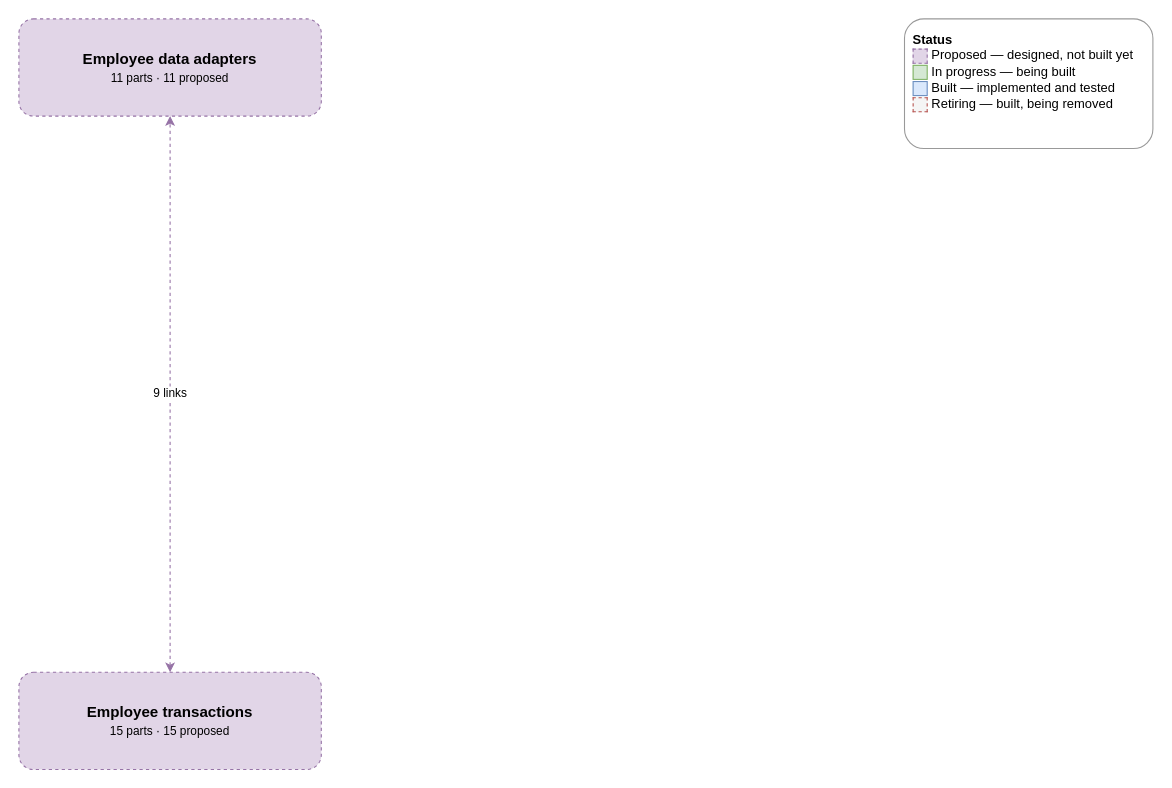
This is page "03 Employee data and actions" (4 of 12) of docs/design/high-level-design.drawio from garyscarter-ibm/vehicle-matcher, a draw.io file, before an edit. Source tidied: cells renumbered, new cells numbered last; positions are measured from the earlier drawing's top-left corner, leaving out a move shared by most shapes. Both pictures are drawn from the tidied source at 108%, with x=0, y=0 at pixel (18, 18).
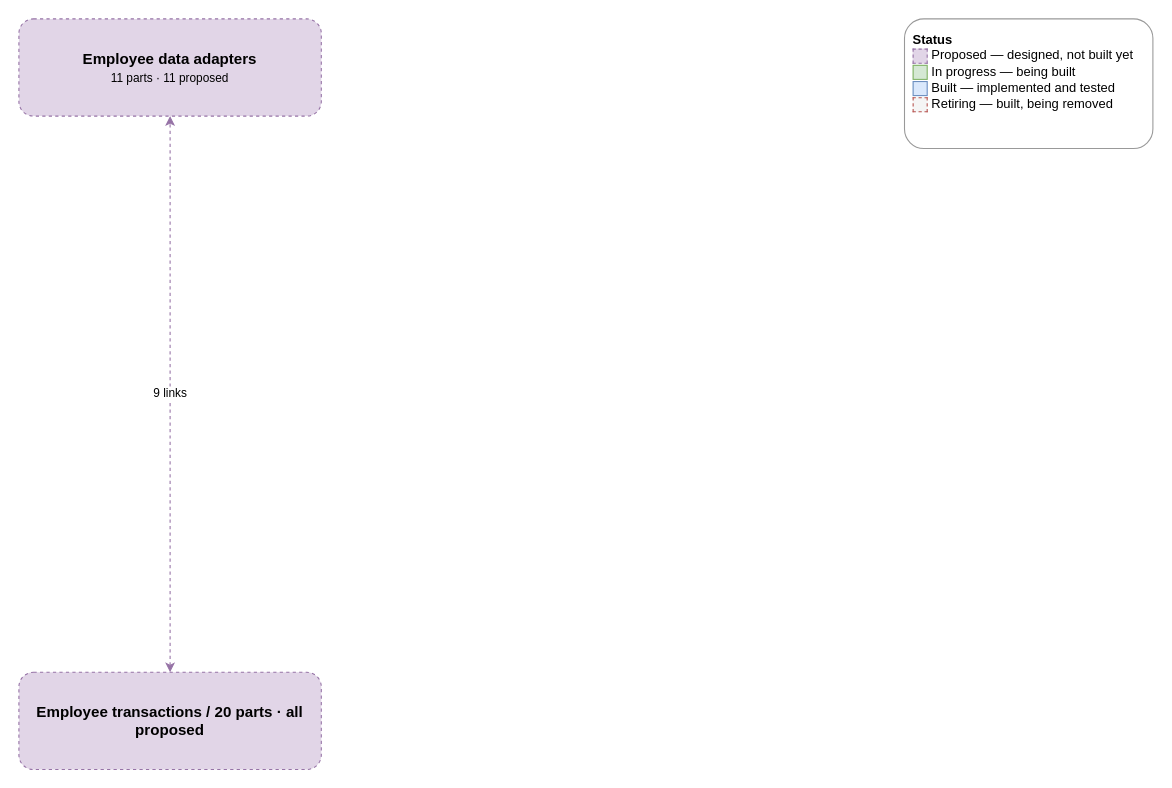
The same page after the edit.

What changed in the source:
```diff
@@
 <mxGraphModel>
   <root>
     <mxCell id="0" />
     <mxCell id="1" parent="0" />
     <mxCell id="2" value="Employee data adapters&lt;br&gt;&lt;span style=&quot;font-weight:normal;font-size:11px&quot;&gt;11 parts · 11 proposed&lt;/span&gt;" style="rounded=1;whiteSpace=wrap;html=1;strokeColor=#9673a6;fillColor=#e1d5e7;fontStyle=1;fontSize=14;dashed=1;" parent="1" vertex="1">
       <mxGeometry width="280" height="90" as="geometry" />
     </mxCell>
-    <mxCell id="3" value="Employee transactions&lt;br&gt;&lt;span style=&quot;font-weight:normal;font-size:11px&quot;&gt;15 parts · 15 proposed&lt;/span&gt;" style="rounded=1;whiteSpace=wrap;html=1;strokeColor=#9673a6;fillColor=#e1d5e7;fontStyle=1;fontSize=14;dashed=1;" parent="1" vertex="1">
+    <mxCell id="3" value="Employee transactions / 20 parts · all proposed" style="rounded=1;whiteSpace=wrap;html=1;strokeColor=#9673a6;fillColor=#e1d5e7;fontStyle=1;fontSize=14;dashed=1;" parent="1" vertex="1">
       <mxGeometry y="605" width="280" height="90" as="geometry" />
     </mxCell>
     <mxCell id="4" value="9 links" style="rounded=0;html=1;strokeColor=#9673a6;labelBackgroundColor=#ffffff;fontSize=11;startArrow=classic;endArrow=classic;dashed=1;" parent="1" edge="1" source="3" target="2">
       <mxGeometry relative="1" as="geometry" />
     </mxCell>
     <mxCell id="5" value="&lt;b&gt;Status&lt;/b&gt;&lt;br&gt;&lt;span style=&quot;display:inline-block;width:12px;height:12px;background:#e1d5e7;border:1px dashed #9673a6;vertical-align:middle;&quot;&gt;&lt;/span&gt;&amp;nbsp;Proposed — designed, not built yet&lt;br&gt;&lt;span style=&quot;display:inline-block;width:12px;height:12px;background:#d5e8d4;border:1px solid #82b366;vertical-align:middle;&quot;&gt;&lt;/span&gt;&amp;nbsp;In progress — being built&lt;br&gt;&lt;span style=&quot;display:inline-block;width:12px;height:12px;background:#dae8fc;border:1px solid #6c8ebf;vertical-align:middle;&quot;&gt;&lt;/span&gt;&amp;nbsp;Built — implemented and tested&lt;br&gt;&lt;span style=&quot;display:inline-block;width:12px;height:12px;background:#f5f5f5;border:1px dashed #b85450;vertical-align:middle;&quot;&gt;&lt;/span&gt;&amp;nbsp;Retiring — built, being removed" style="text;html=1;align=left;verticalAlign=top;spacing=8;rounded=1;fillColor=#ffffff;strokeColor=#999999;" parent="1" vertex="1">
       <mxGeometry x="820" width="230" height="120" as="geometry" />
     </mxCell>
   </root>
 </mxGraphModel>
```
